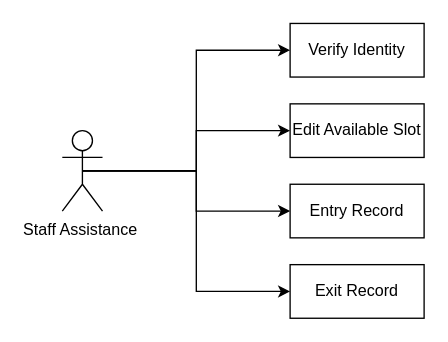
The draw.io diagram Use Case Diagram 2.drawio in dhavanikgithub/Capstone-Project1, before the edit. Source tidied: cells renumbered, new cells numbered last; positions are measured from the earlier drawing's top-left corner, leaving out a move shared by most shapes. Both pictures are drawn from the tidied source at 134%, with x=0, y=0 at pixel (62, 23).
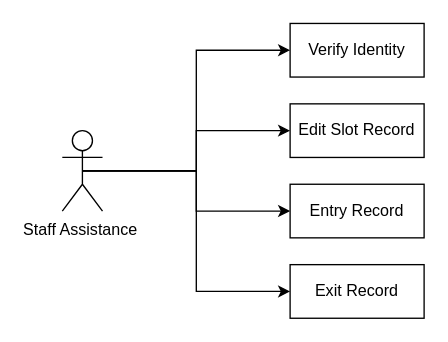
After the change.

Diff of the diagram source:
```diff
@@
 <mxGraphModel>
   <root>
     <mxCell id="0" />
     <mxCell id="1" parent="0" />
     <mxCell id="2" style="edgeStyle=orthogonalEdgeStyle;rounded=0;jettySize=auto;html=1;exitX=0.5;exitY=0.5;exitDx=0;exitDy=0;exitPerimeter=0;entryX=0;entryY=0.5;entryDx=0;entryDy=0;" parent="1" edge="1" source="6" target="7">
       <mxGeometry relative="1" as="geometry" />
     </mxCell>
     <mxCell id="3" style="edgeStyle=orthogonalEdgeStyle;rounded=0;jettySize=auto;html=1;exitX=0.5;exitY=0.5;exitDx=0;exitDy=0;exitPerimeter=0;entryX=0;entryY=0.5;entryDx=0;entryDy=0;" parent="1" edge="1" source="6" target="9">
       <mxGeometry relative="1" as="geometry" />
     </mxCell>
     <mxCell id="4" style="edgeStyle=orthogonalEdgeStyle;rounded=0;jettySize=auto;html=1;exitX=0.5;exitY=0.5;exitDx=0;exitDy=0;exitPerimeter=0;entryX=0;entryY=0.5;entryDx=0;entryDy=0;" parent="1" edge="1" source="6" target="10">
       <mxGeometry relative="1" as="geometry" />
     </mxCell>
     <mxCell id="5" style="edgeStyle=orthogonalEdgeStyle;rounded=0;jettySize=auto;html=1;exitX=0.5;exitY=0.5;exitDx=0;exitDy=0;exitPerimeter=0;" parent="1" edge="1" source="6" target="8">
       <mxGeometry relative="1" as="geometry" />
     </mxCell>
     <mxCell id="6" value="Staff Assistance&amp;nbsp;" style="shape=umlActor;verticalLabelPosition=bottom;verticalAlign=top;html=1;outlineConnect=0;" parent="1" vertex="1">
       <mxGeometry y="80" width="30" height="60" as="geometry" />
     </mxCell>
     <mxCell id="7" value="Verify Identity" style="rounded=0;whiteSpace=wrap;html=1;" parent="1" vertex="1">
       <mxGeometry x="170" width="100" height="40" as="geometry" />
     </mxCell>
-    <mxCell id="8" value="Edit Available Slot" style="rounded=0;whiteSpace=wrap;html=1;" parent="1" vertex="1">
+    <mxCell id="8" value="Edit Slot Record" style="rounded=0;whiteSpace=wrap;html=1;" parent="1" vertex="1">
       <mxGeometry x="170" y="60" width="100" height="40" as="geometry" />
     </mxCell>
     <mxCell id="9" value="Entry Record" style="rounded=0;whiteSpace=wrap;html=1;" parent="1" vertex="1">
       <mxGeometry x="170" y="120" width="100" height="40" as="geometry" />
     </mxCell>
     <mxCell id="10" value="Exit Record" style="rounded=0;whiteSpace=wrap;html=1;" parent="1" vertex="1">
       <mxGeometry x="170" y="180" width="100" height="40" as="geometry" />
     </mxCell>
   </root>
 </mxGraphModel>
```
